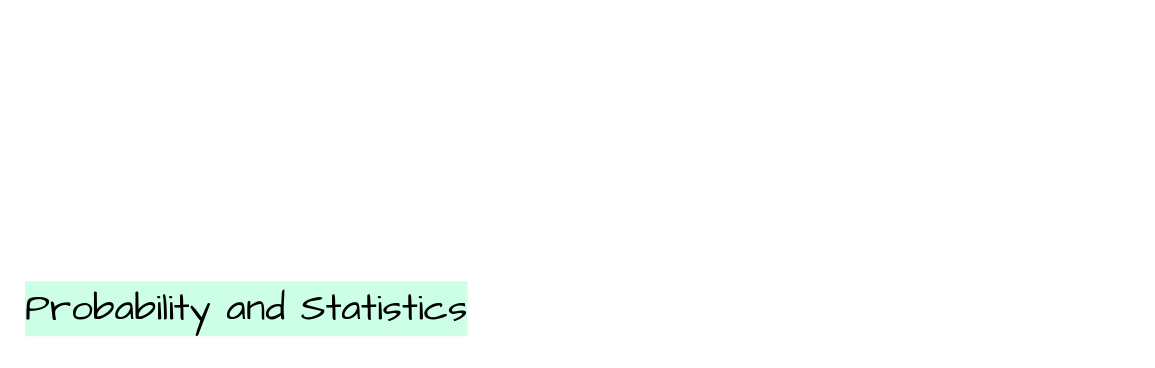
Earlier version of the draw.io diagram Untitled Diagram.drawio (ptt743/draw). Source tidied: cells renumbered, new cells numbered last; positions are measured from the earlier drawing's top-left corner, leaving out a move shared by most shapes. Both pictures are drawn from the tidied source at 125%, with x=0, y=0 at pixel (21, 271).
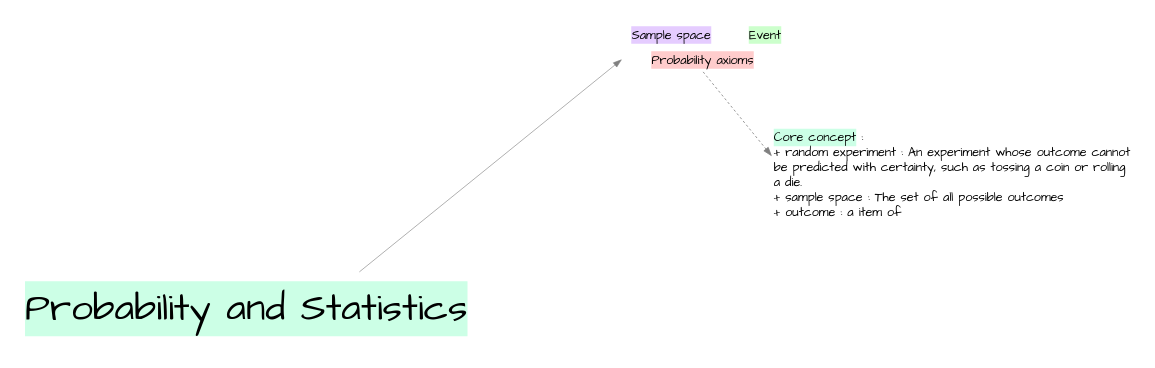
Above is the later version.

What changed in the source:
```diff
@@
 <mxGraphModel>
   <root>
     <mxCell id="0" />
     <mxCell id="1" parent="0" />
     <mxCell id="2" value="&lt;span style=&quot;background-color: rgb(204, 255, 230);&quot;&gt;Probability and Statistics&lt;/span&gt;" style="text;html=1;whiteSpace=wrap;strokeColor=none;fillColor=none;align=center;verticalAlign=middle;rounded=0;fontFamily=Comic Sans MS;fontSize=31;" parent="1" vertex="1">
       <mxGeometry width="360" height="60" as="geometry" />
     </mxCell>
+    <mxCell id="3" value="&lt;span style=&quot;background-color: rgb(229, 204, 255);&quot;&gt;Sample space&lt;/span&gt;" style="text;html=1;whiteSpace=wrap;strokeColor=none;fillColor=none;align=center;verticalAlign=middle;rounded=0;fontFamily=Comic Sans MS;fontSize=10;" parent="1" vertex="1">
+      <mxGeometry x="480" y="-200" width="80" height="20" as="geometry" />
+    </mxCell>
+    <mxCell id="4" value="&lt;span style=&quot;background-color: rgb(204, 255, 204);&quot;&gt;Event&lt;/span&gt;" style="text;html=1;whiteSpace=wrap;strokeColor=none;fillColor=none;align=center;verticalAlign=middle;rounded=0;fontFamily=Comic Sans MS;fontSize=10;" parent="1" vertex="1">
+      <mxGeometry x="560" y="-200" width="70" height="20" as="geometry" />
+    </mxCell>
+    <mxCell id="5" value="&lt;span style=&quot;background-color: rgb(255, 204, 204);&quot;&gt;Probability axioms&lt;/span&gt;" style="text;html=1;whiteSpace=wrap;strokeColor=none;fillColor=none;align=center;verticalAlign=middle;rounded=0;fontFamily=Comic Sans MS;fontSize=10;" parent="1" vertex="1">
+      <mxGeometry x="480" y="-180" width="130" height="20" as="geometry" />
+    </mxCell>
+    <mxCell id="6" style="endArrow=blockThin;html=1;rounded=0;strokeColor=#808080;endFill=1;strokeWidth=0.5;exitX=0.75;exitY=0;exitDx=0;exitDy=0;entryX=0;entryY=0.5;entryDx=0;entryDy=0;" parent="1" edge="1" source="2" target="5">
+      <mxGeometry relative="1" as="geometry" />
+    </mxCell>
+    <mxCell id="7" value="&lt;span style=&quot;background-color: rgb(204, 255, 230);&quot;&gt;Core concept&lt;/span&gt; :&lt;br&gt;+&amp;nbsp;random experiment :&amp;nbsp;An experiment whose outcome cannot be predicted with certainty, such as tossing a coin or rolling a die.&lt;div&gt;+ sample space :&amp;nbsp;The set of all possible outcomes&lt;/div&gt;&lt;div&gt;+ outcome : a item of&amp;nbsp;&lt;/div&gt;&lt;div&gt;&lt;br&gt;&lt;/div&gt;" style="text;html=1;whiteSpace=wrap;strokeColor=none;fillColor=none;align=left;verticalAlign=top;rounded=0;fontFamily=Comic Sans MS;fontSize=10;" parent="1" vertex="1">
+      <mxGeometry x="600" y="-120" width="290" height="110" as="geometry" />
+    </mxCell>
+    <mxCell id="8" style="endArrow=blockThin;html=1;rounded=0;strokeColor=#808080;endFill=1;strokeWidth=0.65;exitX=0.5;exitY=1;exitDx=0;exitDy=0;entryX=0;entryY=0.25;entryDx=0;entryDy=0;dashed=1;" parent="1" edge="1" source="5" target="7">
+      <mxGeometry relative="1" as="geometry" />
+    </mxCell>
   </root>
 </mxGraphModel>
```
